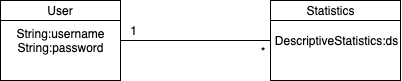
Before: documentation/analytica_class.png, a diagram exported from draw.io (MikaelTornwall/analytica). Source tidied: cells renumbered, new cells last; positions are measured from the earlier drawing's top-left corner, leaving out a move shared by most shapes.
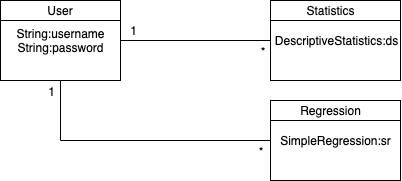
After the commit.

Commit message:
add regression class and regression tests, update class diagram

Diff of the diagram source:
```diff
@@ -2,6 +2,9 @@
   <root>
     <mxCell id="0" />
     <mxCell id="1" parent="0" />
+    <mxCell id="13" style="edgeStyle=orthogonalEdgeStyle;rounded=0;jettySize=auto;html=1;exitX=0.5;exitY=1;exitDx=0;exitDy=0;entryX=0;entryY=0.5;entryDx=0;entryDy=0;endArrow=none;endFill=0;" parent="1" edge="1" source="2" target="17">
+      <mxGeometry relative="1" as="geometry" />
+    </mxCell>
     <mxCell id="2" style="rounded=0;whiteSpace=wrap;html=1;" parent="1" vertex="1">
       <mxGeometry width="120" height="80" as="geometry" />
     </mxCell>
@@ -35,5 +38,23 @@
     <mxCell id="12" value="1" style="text;html=1;strokeColor=none;fillColor=none;align=center;verticalAlign=middle;whiteSpace=wrap;rounded=0;" parent="1" vertex="1">
       <mxGeometry x="120" y="20" width="23" height="20" as="geometry" />
     </mxCell>
+    <mxCell id="14" style="rounded=0;whiteSpace=wrap;html=1;" parent="1" vertex="1">
+      <mxGeometry x="270" y="100" width="130" height="80" as="geometry" />
+    </mxCell>
+    <mxCell id="15" style="rounded=0;orthogonalLoop=1;jettySize=auto;html=1;exitX=0;exitY=0.25;exitDx=0;exitDy=0;entryX=1;entryY=0.25;entryDx=0;entryDy=0;startArrow=none;startFill=0;endArrow=none;endFill=0;" parent="1" edge="1" source="14" target="14">
+      <mxGeometry relative="1" as="geometry" />
+    </mxCell>
+    <mxCell id="16" value="Regression" style="text;html=1;strokeColor=none;fillColor=none;align=center;verticalAlign=middle;whiteSpace=wrap;rounded=0;" parent="1" vertex="1">
+      <mxGeometry x="270" y="100" width="120" height="20" as="geometry" />
+    </mxCell>
+    <mxCell id="17" value="SimpleRegression:sr" style="text;html=1;strokeColor=none;fillColor=none;align=center;verticalAlign=middle;whiteSpace=wrap;rounded=0;" parent="1" vertex="1">
+      <mxGeometry x="270" y="120" width="130" height="40" as="geometry" />
+    </mxCell>
+    <mxCell id="18" value="*" style="text;html=1;strokeColor=none;fillColor=none;align=center;verticalAlign=middle;whiteSpace=wrap;rounded=0;" parent="1" vertex="1">
+      <mxGeometry x="248" y="141" width="23" height="20" as="geometry" />
+    </mxCell>
+    <mxCell id="19" value="1" style="text;html=1;strokeColor=none;fillColor=none;align=center;verticalAlign=middle;whiteSpace=wrap;rounded=0;" parent="1" vertex="1">
+      <mxGeometry x="38" y="81" width="23" height="20" as="geometry" />
+    </mxCell>
   </root>
 </mxGraphModel>
```
